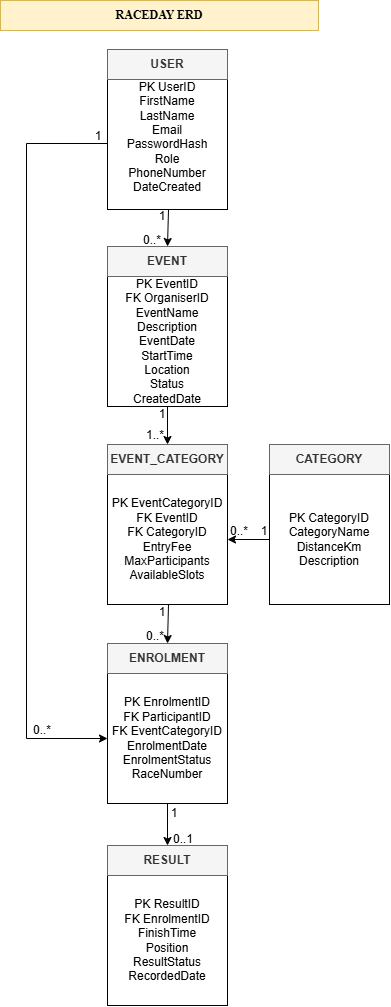
Before: docs/RaceDay_ERD.png, a diagram exported from draw.io (sbnahara10482952/RaceDay-PROG6212). Source tidied: cells renumbered, new cells last; positions are measured from the earlier drawing's top-left corner, leaving out a move shared by most shapes. Its diagram source:
```xml
<mxGraphModel>
  <root>
    <mxCell id="0" />
    <mxCell id="1" parent="0" />
    <mxCell id="2" value="PK UserID&lt;div&gt;FirstName&lt;/div&gt;&lt;div&gt;LastName&lt;/div&gt;&lt;div&gt;Email&lt;/div&gt;&lt;div&gt;PasswordHash&lt;/div&gt;&lt;div&gt;Role&lt;/div&gt;&lt;div&gt;PhoneNumber&lt;/div&gt;&lt;div&gt;DateCreated&lt;/div&gt;&lt;div&gt;&lt;br&gt;&lt;/div&gt;" style="rounded=0;whiteSpace=wrap;html=1;" parent="1" vertex="1">
      <mxGeometry x="107" y="79" width="120" height="130" as="geometry" />
    </mxCell>
    <mxCell id="3" value="&lt;b&gt;USER&lt;/b&gt;" style="text;html=1;whiteSpace=wrap;strokeColor=#666666;fillColor=#f5f5f5;align=center;verticalAlign=middle;rounded=0;fontColor=#333333;" parent="1" vertex="1">
      <mxGeometry x="107" y="49" width="120" height="30" as="geometry" />
    </mxCell>
    <mxCell id="4" value="PK EventID&lt;div&gt;FK OrganiserID&lt;/div&gt;&lt;div&gt;EventName&lt;/div&gt;&lt;div&gt;Description&lt;/div&gt;&lt;div&gt;EventDate&lt;/div&gt;&lt;div&gt;StartTime&lt;/div&gt;&lt;div&gt;Location&lt;/div&gt;&lt;div&gt;Status&lt;/div&gt;&lt;div&gt;CreatedDate&lt;/div&gt;" style="rounded=0;whiteSpace=wrap;html=1;" parent="1" vertex="1">
      <mxGeometry x="107" y="276" width="120" height="130" as="geometry" />
    </mxCell>
    <mxCell id="5" value="&lt;b&gt;EVENT&lt;/b&gt;" style="text;html=1;whiteSpace=wrap;strokeColor=#666666;fillColor=#f5f5f5;align=center;verticalAlign=middle;rounded=0;fontColor=#333333;" parent="1" vertex="1">
      <mxGeometry x="107" y="246" width="120" height="30" as="geometry" />
    </mxCell>
    <mxCell id="6" value="PK CategoryID&lt;div&gt;CategoryName&lt;/div&gt;&lt;div&gt;DistanceKm&lt;/div&gt;&lt;div&gt;Description&lt;/div&gt;" style="rounded=0;whiteSpace=wrap;html=1;" parent="1" vertex="1">
      <mxGeometry x="269" y="474" width="120" height="130" as="geometry" />
    </mxCell>
    <mxCell id="7" value="&lt;b&gt;CATEGORY&lt;/b&gt;" style="text;html=1;whiteSpace=wrap;strokeColor=#666666;fillColor=#f5f5f5;align=center;verticalAlign=middle;rounded=0;fontColor=#333333;" parent="1" vertex="1">
      <mxGeometry x="269" y="444" width="120" height="30" as="geometry" />
    </mxCell>
    <mxCell id="8" style="edgeStyle=orthogonalEdgeStyle;rounded=0;orthogonalLoop=1;jettySize=auto;html=1;innerLoopWaypoints=1;exitX=0.5;exitY=1;exitDx=0;exitDy=0;" parent="1" edge="1" source="6" target="6">
      <mxGeometry relative="1" as="geometry" />
    </mxCell>
    <mxCell id="9" value="PK EventCategoryID&lt;div&gt;FK EventID&lt;/div&gt;&lt;div&gt;FK CategoryID&lt;/div&gt;&lt;div&gt;EntryFee&lt;/div&gt;&lt;div&gt;MaxParticipants&lt;/div&gt;&lt;div&gt;AvailableSlots&lt;/div&gt;" style="rounded=0;whiteSpace=wrap;html=1;" parent="1" vertex="1">
      <mxGeometry x="107" y="474" width="120" height="130" as="geometry" />
    </mxCell>
    <mxCell id="10" value="&lt;b&gt;EVENT_CATEGORY&lt;/b&gt;" style="text;html=1;whiteSpace=wrap;strokeColor=#666666;fillColor=#f5f5f5;align=center;verticalAlign=middle;rounded=0;fontColor=#333333;" parent="1" vertex="1">
      <mxGeometry x="107" y="444" width="120" height="30" as="geometry" />
    </mxCell>
    <mxCell id="11" value="PK EnrolmentID&lt;div&gt;FK ParticipantID&lt;/div&gt;&lt;div&gt;FK EventCategoryID&lt;/div&gt;&lt;div&gt;EnrolmentDate&lt;/div&gt;&lt;div&gt;EnrolmentStatus&lt;/div&gt;&lt;div&gt;RaceNumber&lt;/div&gt;" style="rounded=0;whiteSpace=wrap;html=1;" parent="1" vertex="1">
      <mxGeometry x="107" y="673" width="120" height="130" as="geometry" />
    </mxCell>
    <mxCell id="12" value="&lt;b&gt;ENROLMENT&lt;/b&gt;" style="text;html=1;whiteSpace=wrap;strokeColor=#666666;fillColor=#f5f5f5;align=center;verticalAlign=middle;rounded=0;fontColor=#333333;" parent="1" vertex="1">
      <mxGeometry x="107" y="643" width="120" height="30" as="geometry" />
    </mxCell>
    <mxCell id="13" value="PK ResultID&lt;div&gt;FK EnrolmentID&lt;/div&gt;&lt;div&gt;FinishTime&lt;/div&gt;&lt;div&gt;Position&lt;/div&gt;&lt;div&gt;ResultStatus&lt;/div&gt;&lt;div&gt;RecordedDate&lt;/div&gt;" style="rounded=0;whiteSpace=wrap;html=1;" parent="1" vertex="1">
      <mxGeometry x="107" y="875" width="120" height="130" as="geometry" />
    </mxCell>
    <mxCell id="14" value="&lt;b&gt;RESULT&lt;/b&gt;" style="text;html=1;whiteSpace=wrap;strokeColor=#666666;fillColor=#f5f5f5;align=center;verticalAlign=middle;rounded=0;fontColor=#333333;" parent="1" vertex="1">
      <mxGeometry x="107" y="845" width="120" height="30" as="geometry" />
    </mxCell>
    <mxCell id="15" style="endArrow=classic;html=1;rounded=0;entryX=0.5;entryY=0;entryDx=0;entryDy=0;" parent="1" edge="1" target="5">
      <mxGeometry relative="1" as="geometry">
        <mxPoint x="168" y="209" as="sourcePoint" />
      </mxGeometry>
    </mxCell>
    <mxCell id="16" style="endArrow=classic;html=1;rounded=0;entryX=0.5;entryY=0;entryDx=0;entryDy=0;" parent="1" edge="1" target="10">
      <mxGeometry relative="1" as="geometry">
        <mxPoint x="167" y="406" as="sourcePoint" />
      </mxGeometry>
    </mxCell>
    <mxCell id="17" style="endArrow=classic;html=1;rounded=0;entryX=0.5;entryY=0;entryDx=0;entryDy=0;" parent="1" edge="1" target="12">
      <mxGeometry relative="1" as="geometry">
        <mxPoint x="168" y="604" as="sourcePoint" />
      </mxGeometry>
    </mxCell>
    <mxCell id="18" style="endArrow=classic;html=1;rounded=0;exitX=0.5;exitY=1;exitDx=0;exitDy=0;entryX=0.5;entryY=0;entryDx=0;entryDy=0;" parent="1" edge="1" source="11" target="14">
      <mxGeometry relative="1" as="geometry" />
    </mxCell>
    <mxCell id="19" style="endArrow=classic;html=1;rounded=0;exitX=0;exitY=0.5;exitDx=0;exitDy=0;entryX=1;entryY=0.5;entryDx=0;entryDy=0;" parent="1" edge="1" source="6" target="9">
      <mxGeometry relative="1" as="geometry" />
    </mxCell>
    <mxCell id="20" value="1" style="text;html=1;whiteSpace=wrap;strokeColor=none;fillColor=none;align=center;verticalAlign=middle;rounded=0;" parent="1" vertex="1">
      <mxGeometry x="144" y="798" width="60" height="30" as="geometry" />
    </mxCell>
    <mxCell id="21" value="0..1" style="text;html=1;whiteSpace=wrap;strokeColor=none;fillColor=none;align=center;verticalAlign=middle;rounded=0;" parent="1" vertex="1">
      <mxGeometry x="153" y="824" width="60" height="30" as="geometry" />
    </mxCell>
    <mxCell id="22" value="1" style="text;html=1;whiteSpace=wrap;strokeColor=none;fillColor=none;align=center;verticalAlign=middle;rounded=0;" parent="1" vertex="1">
      <mxGeometry x="132" y="201" width="60" height="30" as="geometry" />
    </mxCell>
    <mxCell id="23" value="0..*" style="text;html=1;whiteSpace=wrap;strokeColor=none;fillColor=none;align=center;verticalAlign=middle;rounded=0;" parent="1" vertex="1">
      <mxGeometry x="122" y="225" width="60" height="30" as="geometry" />
    </mxCell>
    <mxCell id="24" value="1" style="text;html=1;whiteSpace=wrap;strokeColor=none;fillColor=none;align=center;verticalAlign=middle;rounded=0;" parent="1" vertex="1">
      <mxGeometry x="132" y="399" width="60" height="30" as="geometry" />
    </mxCell>
    <mxCell id="25" value="1..*" style="text;html=1;whiteSpace=wrap;strokeColor=none;fillColor=none;align=center;verticalAlign=middle;rounded=0;" parent="1" vertex="1">
      <mxGeometry x="125" y="420" width="60" height="30" as="geometry" />
    </mxCell>
    <mxCell id="26" value="1" style="text;html=1;whiteSpace=wrap;strokeColor=none;fillColor=none;align=center;verticalAlign=middle;rounded=0;" parent="1" vertex="1">
      <mxGeometry x="234" y="516" width="60" height="30" as="geometry" />
    </mxCell>
    <mxCell id="27" value="0..*" style="text;html=1;whiteSpace=wrap;strokeColor=none;fillColor=none;align=center;verticalAlign=middle;rounded=0;" parent="1" vertex="1">
      <mxGeometry x="209" y="516" width="60" height="30" as="geometry" />
    </mxCell>
    <mxCell id="28" value="1" style="text;html=1;whiteSpace=wrap;strokeColor=none;fillColor=none;align=center;verticalAlign=middle;rounded=0;" parent="1" vertex="1">
      <mxGeometry x="132" y="597" width="60" height="30" as="geometry" />
    </mxCell>
    <mxCell id="29" value="0..*" style="text;html=1;whiteSpace=wrap;strokeColor=none;fillColor=none;align=center;verticalAlign=middle;rounded=0;" parent="1" vertex="1">
      <mxGeometry x="125" y="621" width="60" height="30" as="geometry" />
    </mxCell>
    <mxCell id="30" style="endArrow=classic;html=1;rounded=0;entryX=0;entryY=0.5;entryDx=0;entryDy=0;" parent="1" edge="1" target="11">
      <mxGeometry relative="1" as="geometry">
        <mxPoint x="107" y="143" as="sourcePoint" />
        <Array as="points">
          <mxPoint x="26" y="143" />
          <mxPoint x="26" y="738" />
        </Array>
      </mxGeometry>
    </mxCell>
    <mxCell id="31" value="1" style="text;html=1;whiteSpace=wrap;strokeColor=none;fillColor=none;align=center;verticalAlign=middle;rounded=0;" parent="1" vertex="1">
      <mxGeometry x="68" y="121" width="60" height="30" as="geometry" />
    </mxCell>
    <mxCell id="32" value="0..*" style="text;html=1;whiteSpace=wrap;strokeColor=none;fillColor=none;align=center;verticalAlign=middle;rounded=0;" parent="1" vertex="1">
      <mxGeometry x="12" y="715" width="60" height="30" as="geometry" />
    </mxCell>
    <mxCell id="33" value="&lt;b&gt;&lt;font face=&quot;Times New Roman&quot;&gt;RACEDAY ERD&lt;/font&gt;&lt;/b&gt;" style="text;html=1;whiteSpace=wrap;strokeColor=#d6b656;fillColor=#fff2cc;align=center;verticalAlign=middle;rounded=0;" parent="1" vertex="1">
      <mxGeometry width="318" height="30" as="geometry" />
    </mxCell>
  </root>
</mxGraphModel>
```
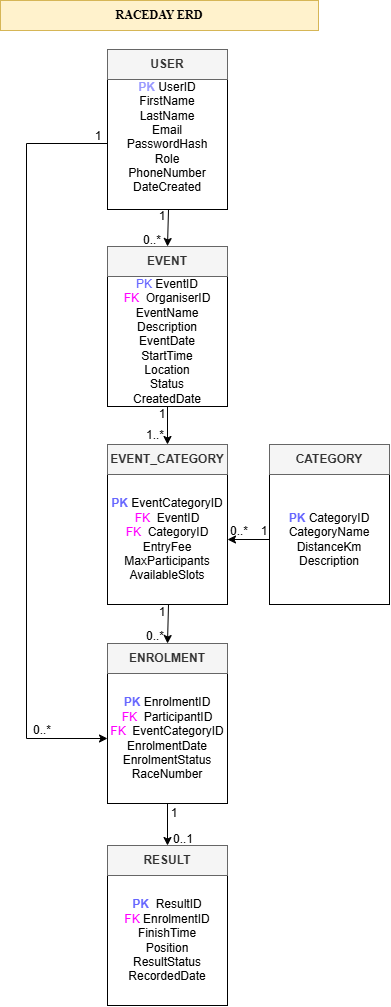
The same file after the commit.

Commit message:
docs: Added updated RaceDay entity relationship diagram and API Endpoint Plan

The edit, as a diff of the source:
```diff
@@ -2,19 +2,19 @@
   <root>
     <mxCell id="0" />
     <mxCell id="1" parent="0" />
-    <mxCell id="2" value="PK UserID&lt;div&gt;FirstName&lt;/div&gt;&lt;div&gt;LastName&lt;/div&gt;&lt;div&gt;Email&lt;/div&gt;&lt;div&gt;PasswordHash&lt;/div&gt;&lt;div&gt;Role&lt;/div&gt;&lt;div&gt;PhoneNumber&lt;/div&gt;&lt;div&gt;DateCreated&lt;/div&gt;&lt;div&gt;&lt;br&gt;&lt;/div&gt;" style="rounded=0;whiteSpace=wrap;html=1;" parent="1" vertex="1">
+    <mxCell id="2" value="&lt;span style=&quot;color: rgb(153, 153, 255);&quot;&gt;&lt;b&gt;PK&lt;/b&gt;&lt;/span&gt;&lt;span style=&quot;color: rgb(153, 255, 255);&quot;&gt; &lt;/span&gt;UserID&lt;div&gt;FirstName&lt;/div&gt;&lt;div&gt;LastName&lt;/div&gt;&lt;div&gt;Email&lt;/div&gt;&lt;div&gt;PasswordHash&lt;/div&gt;&lt;div&gt;Role&lt;/div&gt;&lt;div&gt;PhoneNumber&lt;/div&gt;&lt;div&gt;DateCreated&lt;/div&gt;&lt;div&gt;&lt;br&gt;&lt;/div&gt;" style="rounded=0;whiteSpace=wrap;html=1;" parent="1" vertex="1">
       <mxGeometry x="107" y="79" width="120" height="130" as="geometry" />
     </mxCell>
     <mxCell id="3" value="&lt;b&gt;USER&lt;/b&gt;" style="text;html=1;whiteSpace=wrap;strokeColor=#666666;fillColor=#f5f5f5;align=center;verticalAlign=middle;rounded=0;fontColor=#333333;" parent="1" vertex="1">
       <mxGeometry x="107" y="49" width="120" height="30" as="geometry" />
     </mxCell>
-    <mxCell id="4" value="PK EventID&lt;div&gt;FK OrganiserID&lt;/div&gt;&lt;div&gt;EventName&lt;/div&gt;&lt;div&gt;Description&lt;/div&gt;&lt;div&gt;EventDate&lt;/div&gt;&lt;div&gt;StartTime&lt;/div&gt;&lt;div&gt;Location&lt;/div&gt;&lt;div&gt;Status&lt;/div&gt;&lt;div&gt;CreatedDate&lt;/div&gt;" style="rounded=0;whiteSpace=wrap;html=1;" parent="1" vertex="1">
+    <mxCell id="4" value="&lt;span style=&quot;color: rgb(102, 102, 255);&quot;&gt;PK &lt;/span&gt;EventID&lt;br&gt;&lt;div&gt;&lt;span style=&quot;color: rgb(255, 0, 255); background-color: transparent;&quot;&gt;FK&lt;/span&gt;&lt;span style=&quot;color: rgb(255, 0, 255); background-color: transparent;&quot;&gt;&amp;nbsp;&lt;/span&gt;&amp;nbsp;OrganiserID&lt;/div&gt;&lt;div&gt;EventName&lt;/div&gt;&lt;div&gt;Description&lt;/div&gt;&lt;div&gt;EventDate&lt;/div&gt;&lt;div&gt;StartTime&lt;/div&gt;&lt;div&gt;Location&lt;/div&gt;&lt;div&gt;Status&lt;/div&gt;&lt;div&gt;CreatedDate&lt;/div&gt;" style="rounded=0;whiteSpace=wrap;html=1;" parent="1" vertex="1">
       <mxGeometry x="107" y="276" width="120" height="130" as="geometry" />
     </mxCell>
     <mxCell id="5" value="&lt;b&gt;EVENT&lt;/b&gt;" style="text;html=1;whiteSpace=wrap;strokeColor=#666666;fillColor=#f5f5f5;align=center;verticalAlign=middle;rounded=0;fontColor=#333333;" parent="1" vertex="1">
       <mxGeometry x="107" y="246" width="120" height="30" as="geometry" />
     </mxCell>
-    <mxCell id="6" value="PK CategoryID&lt;div&gt;CategoryName&lt;/div&gt;&lt;div&gt;DistanceKm&lt;/div&gt;&lt;div&gt;Description&lt;/div&gt;" style="rounded=0;whiteSpace=wrap;html=1;" parent="1" vertex="1">
+    <mxCell id="6" value="&lt;span style=&quot;color: rgb(102, 102, 255);&quot;&gt;&lt;b&gt;PK&lt;/b&gt; &lt;/span&gt;CategoryID&lt;div&gt;CategoryName&lt;/div&gt;&lt;div&gt;DistanceKm&lt;/div&gt;&lt;div&gt;Description&lt;/div&gt;" style="rounded=0;whiteSpace=wrap;html=1;" parent="1" vertex="1">
       <mxGeometry x="269" y="474" width="120" height="130" as="geometry" />
     </mxCell>
     <mxCell id="7" value="&lt;b&gt;CATEGORY&lt;/b&gt;" style="text;html=1;whiteSpace=wrap;strokeColor=#666666;fillColor=#f5f5f5;align=center;verticalAlign=middle;rounded=0;fontColor=#333333;" parent="1" vertex="1">
@@ -23,19 +23,19 @@
     <mxCell id="8" style="edgeStyle=orthogonalEdgeStyle;rounded=0;orthogonalLoop=1;jettySize=auto;html=1;innerLoopWaypoints=1;exitX=0.5;exitY=1;exitDx=0;exitDy=0;" parent="1" edge="1" source="6" target="6">
       <mxGeometry relative="1" as="geometry" />
     </mxCell>
-    <mxCell id="9" value="PK EventCategoryID&lt;div&gt;FK EventID&lt;/div&gt;&lt;div&gt;FK CategoryID&lt;/div&gt;&lt;div&gt;EntryFee&lt;/div&gt;&lt;div&gt;MaxParticipants&lt;/div&gt;&lt;div&gt;AvailableSlots&lt;/div&gt;" style="rounded=0;whiteSpace=wrap;html=1;" parent="1" vertex="1">
+    <mxCell id="9" value="&lt;span style=&quot;color: rgb(102, 102, 255);&quot;&gt;&lt;b&gt;PK &lt;/b&gt;&lt;/span&gt;EventCategoryID&lt;br&gt;&lt;div&gt;&lt;span style=&quot;color: rgb(255, 0, 255); background-color: transparent;&quot;&gt;FK&lt;/span&gt;&lt;span style=&quot;color: rgb(255, 0, 255); background-color: transparent;&quot;&gt;&amp;nbsp;&lt;/span&gt;&amp;nbsp;EventID&lt;/div&gt;&lt;div&gt;&lt;span style=&quot;color: rgb(255, 0, 255); background-color: transparent;&quot;&gt;FK&lt;/span&gt;&lt;span style=&quot;color: rgb(255, 0, 255); background-color: transparent;&quot;&gt;&amp;nbsp;&lt;/span&gt;&amp;nbsp;CategoryID&lt;/div&gt;&lt;div&gt;EntryFee&lt;/div&gt;&lt;div&gt;MaxParticipants&lt;/div&gt;&lt;div&gt;AvailableSlots&lt;/div&gt;" style="rounded=0;whiteSpace=wrap;html=1;" parent="1" vertex="1">
       <mxGeometry x="107" y="474" width="120" height="130" as="geometry" />
     </mxCell>
     <mxCell id="10" value="&lt;b&gt;EVENT_CATEGORY&lt;/b&gt;" style="text;html=1;whiteSpace=wrap;strokeColor=#666666;fillColor=#f5f5f5;align=center;verticalAlign=middle;rounded=0;fontColor=#333333;" parent="1" vertex="1">
       <mxGeometry x="107" y="444" width="120" height="30" as="geometry" />
     </mxCell>
-    <mxCell id="11" value="PK EnrolmentID&lt;div&gt;FK ParticipantID&lt;/div&gt;&lt;div&gt;FK EventCategoryID&lt;/div&gt;&lt;div&gt;EnrolmentDate&lt;/div&gt;&lt;div&gt;EnrolmentStatus&lt;/div&gt;&lt;div&gt;RaceNumber&lt;/div&gt;" style="rounded=0;whiteSpace=wrap;html=1;" parent="1" vertex="1">
+    <mxCell id="11" value="&lt;b style=&quot;color: rgb(102, 102, 255);&quot;&gt;PK &lt;/b&gt;EnrolmentID&lt;br&gt;&lt;div&gt;&lt;span style=&quot;color: rgb(255, 0, 255); background-color: transparent;&quot;&gt;FK&lt;/span&gt;&lt;span style=&quot;color: rgb(255, 0, 255); background-color: transparent;&quot;&gt;&amp;nbsp;&lt;/span&gt;&amp;nbsp;ParticipantID&lt;/div&gt;&lt;div&gt;&lt;span style=&quot;color: rgb(255, 0, 255); background-color: transparent;&quot;&gt;FK&lt;/span&gt;&lt;span style=&quot;color: rgb(255, 0, 255); background-color: transparent;&quot;&gt;&amp;nbsp;&lt;/span&gt;&amp;nbsp;EventCategoryID&lt;/div&gt;&lt;div&gt;EnrolmentDate&lt;/div&gt;&lt;div&gt;EnrolmentStatus&lt;/div&gt;&lt;div&gt;RaceNumber&lt;/div&gt;" style="rounded=0;whiteSpace=wrap;html=1;" parent="1" vertex="1">
       <mxGeometry x="107" y="673" width="120" height="130" as="geometry" />
     </mxCell>
     <mxCell id="12" value="&lt;b&gt;ENROLMENT&lt;/b&gt;" style="text;html=1;whiteSpace=wrap;strokeColor=#666666;fillColor=#f5f5f5;align=center;verticalAlign=middle;rounded=0;fontColor=#333333;" parent="1" vertex="1">
       <mxGeometry x="107" y="643" width="120" height="30" as="geometry" />
     </mxCell>
-    <mxCell id="13" value="PK ResultID&lt;div&gt;FK EnrolmentID&lt;/div&gt;&lt;div&gt;FinishTime&lt;/div&gt;&lt;div&gt;Position&lt;/div&gt;&lt;div&gt;ResultStatus&lt;/div&gt;&lt;div&gt;RecordedDate&lt;/div&gt;" style="rounded=0;whiteSpace=wrap;html=1;" parent="1" vertex="1">
+    <mxCell id="13" value="&lt;b style=&quot;color: rgb(102, 102, 255);&quot;&gt;PK&amp;nbsp;&lt;/b&gt;&amp;nbsp;ResultID&lt;div&gt;&lt;span style=&quot;color: rgb(255, 0, 255);&quot;&gt;FK &lt;/span&gt;EnrolmentID&lt;/div&gt;&lt;div&gt;FinishTime&lt;/div&gt;&lt;div&gt;Position&lt;/div&gt;&lt;div&gt;ResultStatus&lt;/div&gt;&lt;div&gt;RecordedDate&lt;/div&gt;" style="rounded=0;whiteSpace=wrap;html=1;" parent="1" vertex="1">
       <mxGeometry x="107" y="875" width="120" height="130" as="geometry" />
     </mxCell>
     <mxCell id="14" value="&lt;b&gt;RESULT&lt;/b&gt;" style="text;html=1;whiteSpace=wrap;strokeColor=#666666;fillColor=#f5f5f5;align=center;verticalAlign=middle;rounded=0;fontColor=#333333;" parent="1" vertex="1">
```
